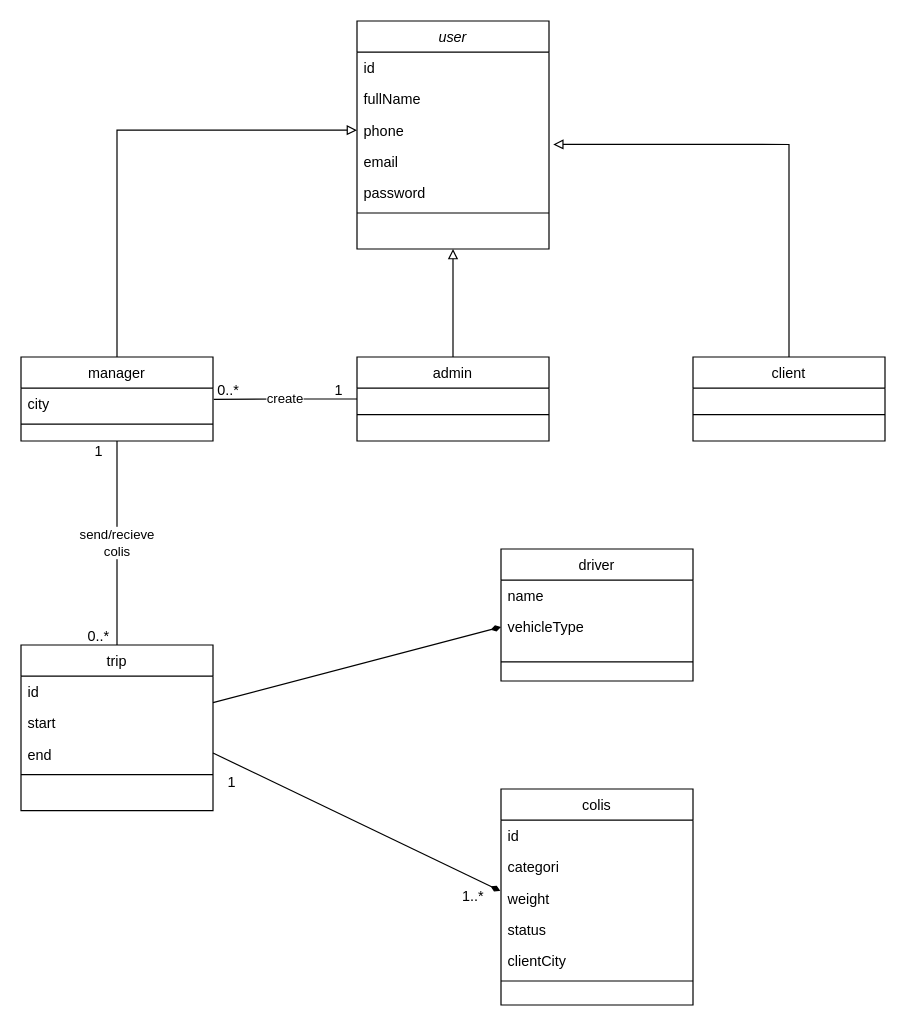
Earlier version of the draw.io diagram UML/Class_Diagram_MyPack.drawio (daalimouhcine/MyPack). Source tidied: cells renumbered, new cells numbered last; positions are measured from the earlier drawing's top-left corner, leaving out a move shared by most shapes. Both pictures are drawn from the tidied source at 120%, with x=0, y=0 at pixel (20, 20).
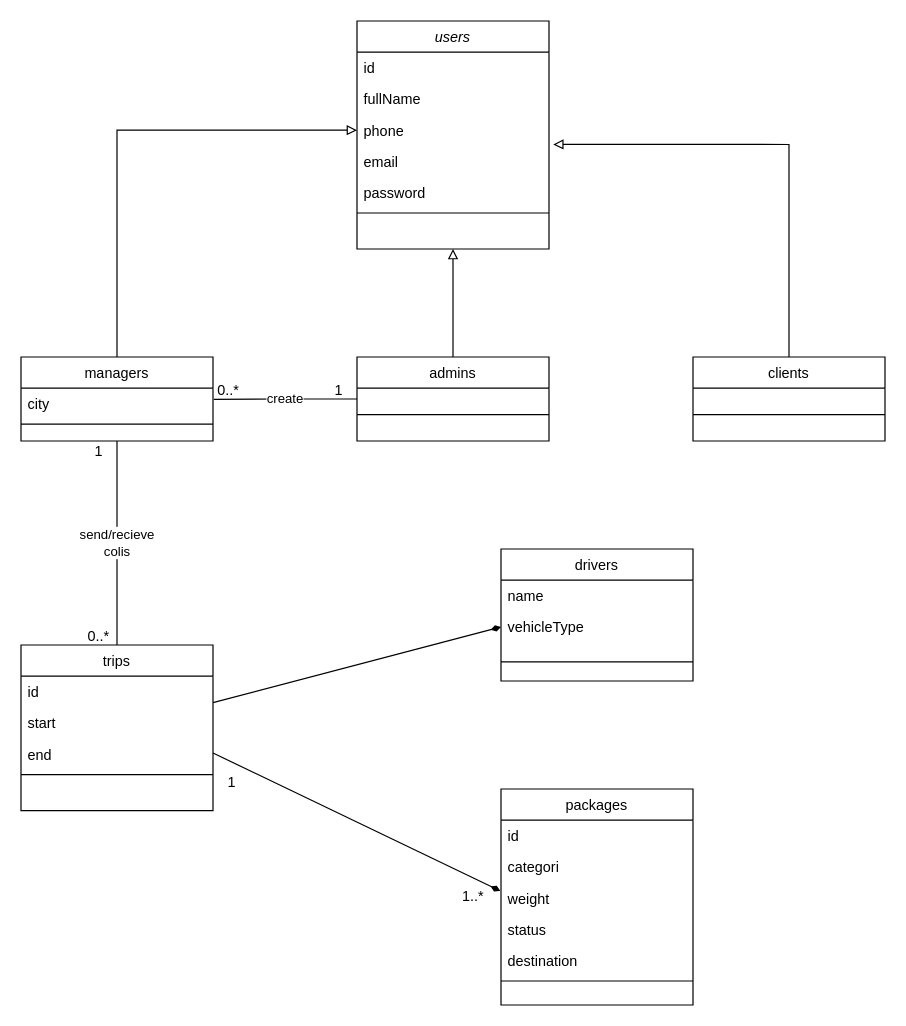
The same diagram, later.

Commit message:
build: change naming of some elements

The edit, as a diff of the source:
```diff
@@
-    <mxCell id="2" value="user" style="swimlane;fontStyle=2;align=center;verticalAlign=top;horizontal=1;startSize=26;rounded=0;shadow=0;strokeWidth=1;" parent="1" vertex="1">
+    <mxCell id="2" value="users" style="swimlane;fontStyle=2;align=center;verticalAlign=top;horizontal=1;startSize=26;rounded=0;shadow=0;strokeWidth=1;" parent="1" vertex="1">
       <mxGeometry x="280" width="160" height="190" as="geometry" />
     </mxCell>
@@
-    <mxCell id="11" value="manager" style="swimlane;fontStyle=0;align=center;verticalAlign=top;horizontal=1;startSize=26;rounded=0;shadow=0;strokeWidth=1;" parent="1" vertex="1">
+    <mxCell id="11" value="managers" style="swimlane;fontStyle=0;align=center;verticalAlign=top;horizontal=1;startSize=26;rounded=0;shadow=0;strokeWidth=1;" parent="1" vertex="1">
       <mxGeometry y="280" width="160" height="70" as="geometry" />
     </mxCell>
@@
-    <mxCell id="14" value="driver" style="swimlane;fontStyle=0;align=center;verticalAlign=top;horizontal=1;startSize=26;rounded=0;shadow=0;strokeWidth=1;" parent="1" vertex="1">
+    <mxCell id="14" value="drivers" style="swimlane;fontStyle=0;align=center;verticalAlign=top;horizontal=1;startSize=26;rounded=0;shadow=0;strokeWidth=1;" parent="1" vertex="1">
       <mxGeometry x="400" y="440" width="160" height="110" as="geometry" />
     </mxCell>
@@
-    <mxCell id="19" value="client" style="swimlane;fontStyle=0;align=center;verticalAlign=top;horizontal=1;startSize=26;rounded=0;shadow=0;strokeWidth=1;" parent="1" vertex="1">
+    <mxCell id="19" value="clients" style="swimlane;fontStyle=0;align=center;verticalAlign=top;horizontal=1;startSize=26;rounded=0;shadow=0;strokeWidth=1;" parent="1" vertex="1">
       <mxGeometry x="560" y="280" width="160" height="70" as="geometry" />
     </mxCell>
@@
-    <mxCell id="21" value="colis" style="swimlane;fontStyle=0;align=center;verticalAlign=top;horizontal=1;startSize=26;rounded=0;shadow=0;strokeWidth=1;" parent="1" vertex="1">
+    <mxCell id="21" value="packages" style="swimlane;fontStyle=0;align=center;verticalAlign=top;horizontal=1;startSize=26;rounded=0;shadow=0;strokeWidth=1;" parent="1" vertex="1">
       <mxGeometry x="400" y="640" width="160" height="180" as="geometry" />
     </mxCell>
@@
-    <mxCell id="26" value="clientCity" style="text;align=left;verticalAlign=top;spacingLeft=4;spacingRight=4;overflow=hidden;" parent="21" vertex="1">
+    <mxCell id="26" value="destination" style="text;align=left;verticalAlign=top;spacingLeft=4;spacingRight=4;overflow=hidden;" parent="21" vertex="1">
       <mxGeometry y="130" width="160" height="26" as="geometry" />
     </mxCell>
@@
-    <mxCell id="29" value="trip" style="swimlane;fontStyle=0;align=center;verticalAlign=top;horizontal=1;startSize=26;rounded=0;shadow=0;strokeWidth=1;" parent="1" vertex="1">
+    <mxCell id="29" value="trips" style="swimlane;fontStyle=0;align=center;verticalAlign=top;horizontal=1;startSize=26;rounded=0;shadow=0;strokeWidth=1;" parent="1" vertex="1">
       <mxGeometry y="520" width="160" height="138" as="geometry" />
     </mxCell>
@@
-    <mxCell id="36" value="admin" style="swimlane;fontStyle=0;align=center;verticalAlign=top;horizontal=1;startSize=26;rounded=0;shadow=0;strokeWidth=1;" parent="1" vertex="1">
+    <mxCell id="36" value="admins" style="swimlane;fontStyle=0;align=center;verticalAlign=top;horizontal=1;startSize=26;rounded=0;shadow=0;strokeWidth=1;" parent="1" vertex="1">
       <mxGeometry x="280" y="280" width="160" height="70" as="geometry" />
     </mxCell>
```
